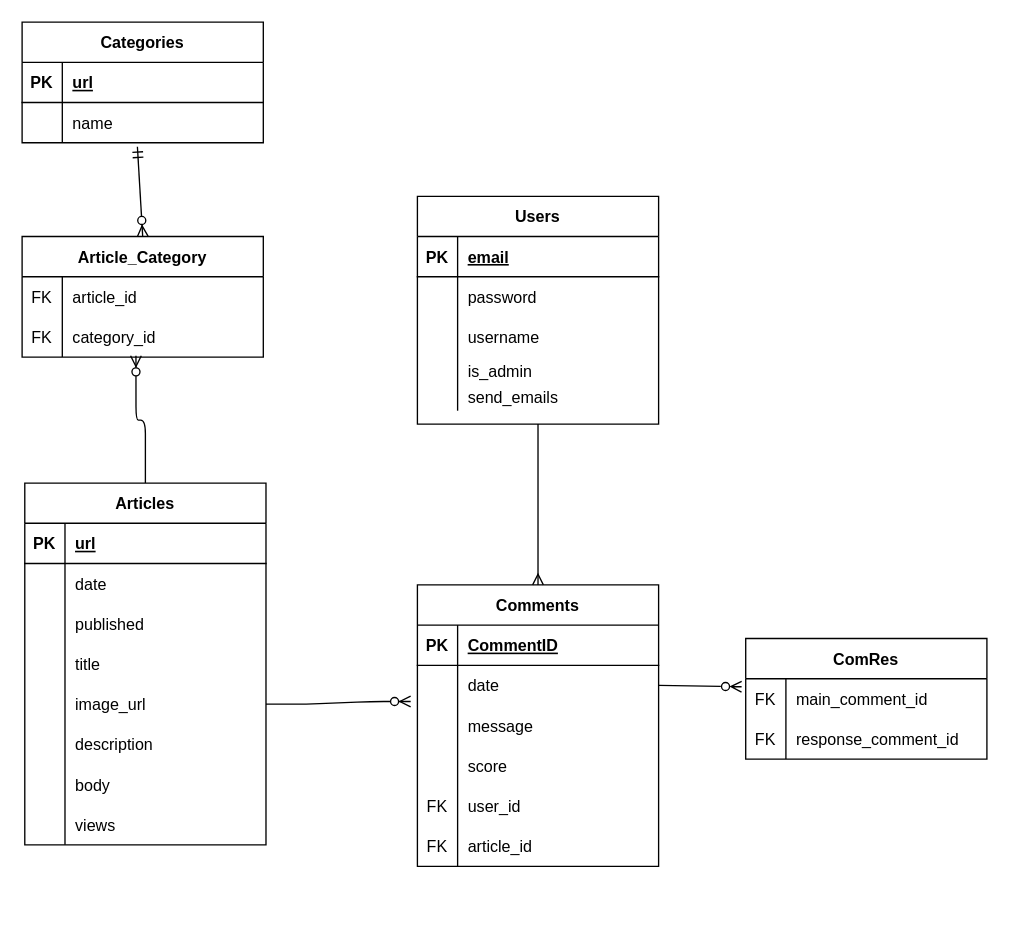
Before: Documentation/RMForum.drawio in PulidoLuciano/LucianoPulido, a draw.io diagram. Source tidied: cells renumbered, new cells numbered last; positions are measured from the earlier drawing's top-left corner, leaving out a move shared by most shapes. Both pictures are drawn from the tidied source at 134%, with x=0, y=0 at pixel (21, 21).
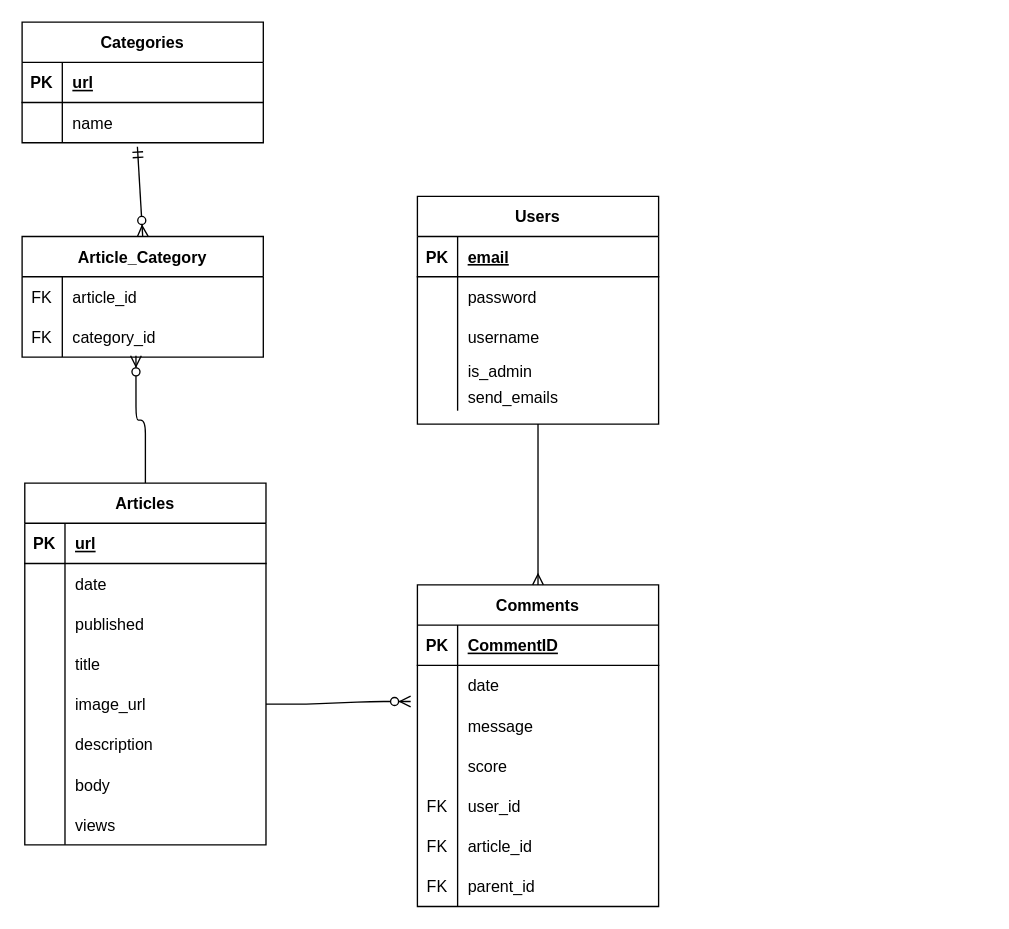
The same page after the edit.

Commit message:
Update relational model by deleting responses table

Unchanged cells that the change refers to:
```xml
<mxCell id="6" style="shape=tableRow;horizontal=0;startSize=0;swimlaneHead=0;swimlaneBody=0;fillColor=none;points=[[0,0.5],[1,0.5]];portConstraint=eastwest;top=0;left=0;right=0;bottom=0;" parent="2" vertex="1">
  <mxGeometry y="60" width="180" height="30" as="geometry" />
</mxCell>
```

The edit, as a diff of the source:
```diff
@@
     <mxCell id="2" value="Comments" style="shape=table;startSize=30;childLayout=tableLayout;rowLines=0;fontStyle=1;align=center;" parent="1" vertex="1">
-      <mxGeometry x="295" y="420" width="180" height="210" as="geometry" />
+      <mxGeometry x="295" y="420" width="180" height="240" as="geometry" />
     </mxCell>
@@
+    <mxCell id="88" style="shape=tableRow;horizontal=0;startSize=0;swimlaneHead=0;swimlaneBody=0;fillColor=none;top=0;left=0;right=0;bottom=0;" parent="2" vertex="1">
+      <mxGeometry y="210" width="180" height="30" as="geometry" />
+    </mxCell>
+    <mxCell id="89" value="FK" style="shape=partialRectangle;fillColor=none;top=0;left=0;bottom=0;right=0;overflow=hidden;" parent="88" vertex="1">
+      <mxGeometry width="30" height="30" as="geometry" />
+    </mxCell>
+    <mxCell id="90" value="parent_id" style="shape=partialRectangle;fillColor=none;top=0;left=0;bottom=0;right=0;align=left;spacingLeft=6;overflow=hidden;" parent="88" vertex="1">
+      <mxGeometry x="30" width="150" height="30" as="geometry" />
+    </mxCell>
@@
-    <mxCell id="79" value="ComRes" style="shape=table;startSize=30;childLayout=tableLayout;rowLines=0;fontStyle=1;align=center;" parent="1" vertex="1">
-      <mxGeometry x="540" y="460" width="180" height="90" as="geometry" />
-    </mxCell>
-    <mxCell id="80" style="shape=tableRow;horizontal=0;startSize=0;swimlaneHead=0;swimlaneBody=0;fillColor=none;points=[[0,0.5],[1,0.5]];portConstraint=eastwest;top=0;left=0;right=0;bottom=0;" parent="79" vertex="1">
-      <mxGeometry y="30" width="180" height="30" as="geometry" />
-    </mxCell>
-    <mxCell id="81" value="FK" style="shape=partialRectangle;fillColor=none;top=0;left=0;bottom=0;right=0;overflow=hidden;" parent="80" vertex="1">
-      <mxGeometry width="30" height="30" as="geometry" />
-    </mxCell>
-    <mxCell id="82" value="main_comment_id" style="shape=partialRectangle;fillColor=none;top=0;left=0;bottom=0;right=0;align=left;spacingLeft=6;overflow=hidden;" parent="80" vertex="1">
-      <mxGeometry x="30" width="150" height="30" as="geometry" />
-    </mxCell>
-    <mxCell id="83" style="shape=tableRow;horizontal=0;startSize=0;swimlaneHead=0;swimlaneBody=0;fillColor=none;top=0;left=0;right=0;bottom=0;" parent="79" vertex="1">
-      <mxGeometry y="60" width="180" height="30" as="geometry" />
-    </mxCell>
-    <mxCell id="84" value="FK" style="shape=partialRectangle;fillColor=none;top=0;left=0;bottom=0;right=0;overflow=hidden;" parent="83" vertex="1">
-      <mxGeometry width="30" height="30" as="geometry" />
-    </mxCell>
-    <mxCell id="85" value="response_comment_id" style="shape=partialRectangle;fillColor=none;top=0;left=0;bottom=0;right=0;align=left;spacingLeft=6;overflow=hidden;" parent="83" vertex="1">
-      <mxGeometry x="30" width="150" height="30" as="geometry" />
-    </mxCell>
@@
-    <mxCell id="87" style="edgeStyle=none;html=1;exitX=1;exitY=0.5;exitDx=0;exitDy=0;entryX=-0.017;entryY=0.2;entryDx=0;entryDy=0;entryPerimeter=0;endArrow=ERzeroToMany;endFill=0;" parent="1" edge="1" source="6" target="80">
-      <mxGeometry relative="1" as="geometry" />
-    </mxCell>
```
